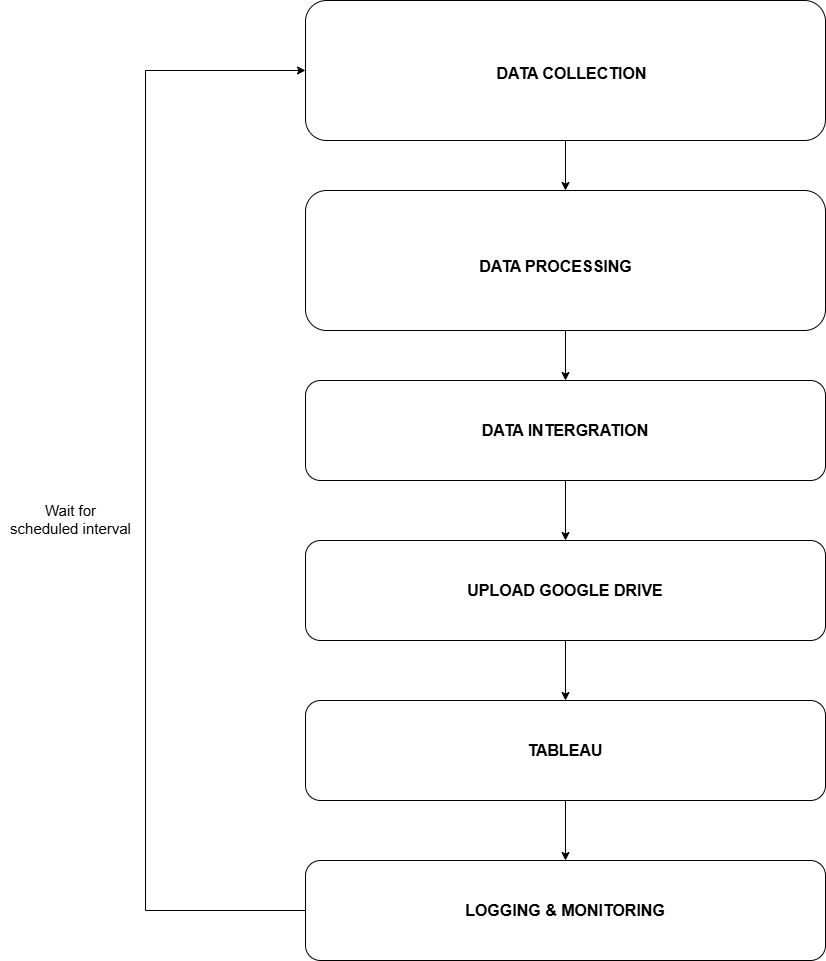
Above: src/assets/images/task-automation.png in minhduoc611/TruongMinhDuoc (draw.io), before the change. Source tidied: cells renumbered, new cells last; positions are measured from the earlier drawing's top-left corner, leaving out a move shared by most shapes. Source of this version:
```xml
<mxGraphModel>
  <root>
    <mxCell id="0" />
    <mxCell id="1" parent="0" />
    <mxCell id="2" style="edgeStyle=orthogonalEdgeStyle;rounded=0;jettySize=auto;html=1;" parent="1" edge="1" source="3" target="15">
      <mxGeometry relative="1" as="geometry" />
    </mxCell>
    <mxCell id="3" style="rounded=1;whiteSpace=wrap;html=1;" parent="1" vertex="1">
      <mxGeometry x="305" width="520" height="140" as="geometry" />
    </mxCell>
    <mxCell id="4" value="&lt;font style=&quot;font-size: 16px;&quot;&gt;&lt;b style=&quot;&quot;&gt;DATA COLLECTION&lt;/b&gt;&lt;/font&gt;" style="text;html=1;align=center;verticalAlign=middle;strokeColor=none;fillColor=none;" parent="1" vertex="1">
      <mxGeometry x="486" y="58" width="170" height="30" as="geometry" />
    </mxCell>
    <mxCell id="5" style="edgeStyle=orthogonalEdgeStyle;rounded=0;jettySize=auto;html=1;entryX=0.5;entryY=0;entryDx=0;entryDy=0;" parent="1" edge="1" source="6" target="9">
      <mxGeometry relative="1" as="geometry" />
    </mxCell>
    <mxCell id="6" value="&lt;b style=&quot;font-size: 16px; text-wrap-mode: nowrap;&quot;&gt;DATA INTERGRATION&lt;/b&gt;" style="rounded=1;whiteSpace=wrap;html=1;" parent="1" vertex="1">
      <mxGeometry x="305" y="380" width="520" height="100" as="geometry" />
    </mxCell>
    <mxCell id="7" style="edgeStyle=orthogonalEdgeStyle;rounded=0;jettySize=auto;html=1;entryX=0.5;entryY=0;entryDx=0;entryDy=0;exitX=0.5;exitY=1;exitDx=0;exitDy=0;" parent="1" edge="1" source="15" target="6">
      <mxGeometry relative="1" as="geometry" />
    </mxCell>
    <mxCell id="8" style="edgeStyle=orthogonalEdgeStyle;rounded=0;jettySize=auto;html=1;" parent="1" edge="1" source="9" target="11">
      <mxGeometry relative="1" as="geometry" />
    </mxCell>
    <mxCell id="9" value="&lt;span style=&quot;font-size: 16px; text-wrap-mode: nowrap;&quot;&gt;&lt;b&gt;UPLOAD GOOGLE DRIVE&lt;/b&gt;&lt;/span&gt;" style="rounded=1;whiteSpace=wrap;html=1;" parent="1" vertex="1">
      <mxGeometry x="305" y="540" width="520" height="100" as="geometry" />
    </mxCell>
    <mxCell id="10" style="edgeStyle=orthogonalEdgeStyle;rounded=0;jettySize=auto;html=1;" parent="1" edge="1" source="11" target="13">
      <mxGeometry relative="1" as="geometry" />
    </mxCell>
    <mxCell id="11" value="&lt;span style=&quot;font-size: 16px; text-wrap-mode: nowrap;&quot;&gt;&lt;b&gt;TABLEAU&lt;/b&gt;&lt;/span&gt;" style="rounded=1;whiteSpace=wrap;html=1;" parent="1" vertex="1">
      <mxGeometry x="305" y="700" width="520" height="100" as="geometry" />
    </mxCell>
    <mxCell id="12" style="edgeStyle=orthogonalEdgeStyle;rounded=0;jettySize=auto;html=1;entryX=0;entryY=0.5;entryDx=0;entryDy=0;" parent="1" edge="1" source="13" target="3">
      <mxGeometry relative="1" as="geometry">
        <Array as="points">
          <mxPoint x="145" y="910" />
          <mxPoint x="145" y="70" />
        </Array>
      </mxGeometry>
    </mxCell>
    <mxCell id="13" value="&lt;span style=&quot;font-size: 16px; text-wrap-mode: nowrap;&quot;&gt;&lt;b&gt;LOGGING &amp;amp; MONITORING&lt;/b&gt;&lt;/span&gt;" style="rounded=1;whiteSpace=wrap;html=1;" parent="1" vertex="1">
      <mxGeometry x="305" y="860" width="520" height="100" as="geometry" />
    </mxCell>
    <mxCell id="14" value="&lt;font style=&quot;font-size: 15px;&quot;&gt;Wait for &lt;br&gt;scheduled interval&lt;/font&gt;" style="text;html=1;align=center;verticalAlign=middle;strokeColor=none;fillColor=none;" parent="1" vertex="1">
      <mxGeometry y="494" width="140" height="50" as="geometry" />
    </mxCell>
    <mxCell id="15" style="rounded=1;whiteSpace=wrap;html=1;" parent="1" vertex="1">
      <mxGeometry x="305" y="190" width="520" height="140" as="geometry" />
    </mxCell>
    <mxCell id="16" value="&lt;font style=&quot;font-size: 16px;&quot;&gt;&lt;b style=&quot;&quot;&gt;DATA PROCESSING&lt;/b&gt;&lt;/font&gt;" style="text;html=1;align=center;verticalAlign=middle;strokeColor=none;fillColor=none;" parent="1" vertex="1">
      <mxGeometry x="465" y="251" width="180" height="30" as="geometry" />
    </mxCell>
  </root>
</mxGraphModel>
```
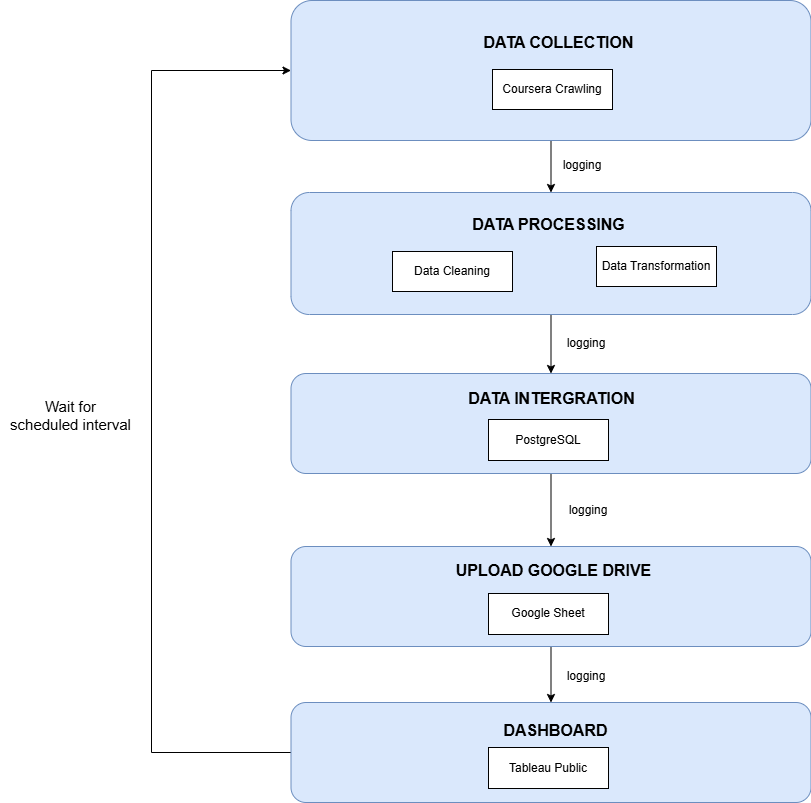
After the commit.

Change to the diagram source:
```diff
@@ -5,17 +5,17 @@
     <mxCell id="2" style="edgeStyle=orthogonalEdgeStyle;rounded=0;jettySize=auto;html=1;" parent="1" edge="1" source="3" target="15">
       <mxGeometry relative="1" as="geometry" />
     </mxCell>
-    <mxCell id="3" style="rounded=1;whiteSpace=wrap;html=1;" parent="1" vertex="1">
-      <mxGeometry x="305" width="520" height="140" as="geometry" />
+    <mxCell id="3" style="rounded=1;whiteSpace=wrap;html=1;fillColor=#dae8fc;strokeColor=#6c8ebf;" parent="1" vertex="1">
+      <mxGeometry x="303.5" y="-4" width="520" height="140" as="geometry" />
     </mxCell>
     <mxCell id="4" value="&lt;font style=&quot;font-size: 16px;&quot;&gt;&lt;b style=&quot;&quot;&gt;DATA COLLECTION&lt;/b&gt;&lt;/font&gt;" style="text;html=1;align=center;verticalAlign=middle;strokeColor=none;fillColor=none;" parent="1" vertex="1">
-      <mxGeometry x="486" y="58" width="170" height="30" as="geometry" />
+      <mxGeometry x="486" y="23" width="170" height="30" as="geometry" />
     </mxCell>
     <mxCell id="5" style="edgeStyle=orthogonalEdgeStyle;rounded=0;jettySize=auto;html=1;entryX=0.5;entryY=0;entryDx=0;entryDy=0;" parent="1" edge="1" source="6" target="9">
       <mxGeometry relative="1" as="geometry" />
     </mxCell>
-    <mxCell id="6" value="&lt;b style=&quot;font-size: 16px; text-wrap-mode: nowrap;&quot;&gt;DATA INTERGRATION&lt;/b&gt;" style="rounded=1;whiteSpace=wrap;html=1;" parent="1" vertex="1">
-      <mxGeometry x="305" y="380" width="520" height="100" as="geometry" />
+    <mxCell id="6" style="rounded=1;whiteSpace=wrap;html=1;fillColor=#dae8fc;strokeColor=#6c8ebf;" parent="1" vertex="1">
+      <mxGeometry x="303.5" y="369" width="520" height="100" as="geometry" />
     </mxCell>
     <mxCell id="7" style="edgeStyle=orthogonalEdgeStyle;rounded=0;jettySize=auto;html=1;entryX=0.5;entryY=0;entryDx=0;entryDy=0;exitX=0.5;exitY=1;exitDx=0;exitDy=0;" parent="1" edge="1" source="15" target="6">
       <mxGeometry relative="1" as="geometry" />
@@ -23,34 +23,67 @@
     <mxCell id="8" style="edgeStyle=orthogonalEdgeStyle;rounded=0;jettySize=auto;html=1;" parent="1" edge="1" source="9" target="11">
       <mxGeometry relative="1" as="geometry" />
     </mxCell>
-    <mxCell id="9" value="&lt;span style=&quot;font-size: 16px; text-wrap-mode: nowrap;&quot;&gt;&lt;b&gt;UPLOAD GOOGLE DRIVE&lt;/b&gt;&lt;/span&gt;" style="rounded=1;whiteSpace=wrap;html=1;" parent="1" vertex="1">
-      <mxGeometry x="305" y="540" width="520" height="100" as="geometry" />
+    <mxCell id="9" style="rounded=1;whiteSpace=wrap;html=1;fillColor=#dae8fc;strokeColor=#6c8ebf;" parent="1" vertex="1">
+      <mxGeometry x="303.5" y="542" width="520" height="100" as="geometry" />
     </mxCell>
-    <mxCell id="10" style="edgeStyle=orthogonalEdgeStyle;rounded=0;jettySize=auto;html=1;" parent="1" edge="1" source="11" target="13">
-      <mxGeometry relative="1" as="geometry" />
-    </mxCell>
+    <mxCell id="17" style="edgeStyle=orthogonalEdgeStyle;rounded=0;jettySize=auto;html=1;entryX=0;entryY=0.5;entryDx=0;entryDy=0;" parent="1" edge="1" source="11" target="3">
+      <mxGeometry relative="1" as="geometry">
+        <Array as="points">
+          <mxPoint x="164" y="748" />
+          <mxPoint x="164" y="66" />
+        </Array>
+      </mxGeometry>
+    </mxCell>
-    <mxCell id="11" value="&lt;span style=&quot;font-size: 16px; text-wrap-mode: nowrap;&quot;&gt;&lt;b&gt;TABLEAU&lt;/b&gt;&lt;/span&gt;" style="rounded=1;whiteSpace=wrap;html=1;" parent="1" vertex="1">
-      <mxGeometry x="305" y="700" width="520" height="100" as="geometry" />
+    <mxCell id="11" style="rounded=1;whiteSpace=wrap;html=1;fillColor=#dae8fc;strokeColor=#6c8ebf;" parent="1" vertex="1">
+      <mxGeometry x="303.5" y="698" width="520" height="100" as="geometry" />
     </mxCell>
-    <mxCell id="12" style="edgeStyle=orthogonalEdgeStyle;rounded=0;jettySize=auto;html=1;entryX=0;entryY=0.5;entryDx=0;entryDy=0;" parent="1" edge="1" source="13" target="3">
-      <mxGeometry relative="1" as="geometry">
-        <Array as="points">
-          <mxPoint x="145" y="910" />
-          <mxPoint x="145" y="70" />
-        </Array>
-      </mxGeometry>
-    </mxCell>
-    <mxCell id="13" value="&lt;span style=&quot;font-size: 16px; text-wrap-mode: nowrap;&quot;&gt;&lt;b&gt;LOGGING &amp;amp; MONITORING&lt;/b&gt;&lt;/span&gt;" style="rounded=1;whiteSpace=wrap;html=1;" parent="1" vertex="1">
-      <mxGeometry x="305" y="860" width="520" height="100" as="geometry" />
-    </mxCell>
     <mxCell id="14" value="&lt;font style=&quot;font-size: 15px;&quot;&gt;Wait for &lt;br&gt;scheduled interval&lt;/font&gt;" style="text;html=1;align=center;verticalAlign=middle;strokeColor=none;fillColor=none;" parent="1" vertex="1">
-      <mxGeometry y="494" width="140" height="50" as="geometry" />
+      <mxGeometry x="13" y="386" width="140" height="50" as="geometry" />
     </mxCell>
-    <mxCell id="15" style="rounded=1;whiteSpace=wrap;html=1;" parent="1" vertex="1">
-      <mxGeometry x="305" y="190" width="520" height="140" as="geometry" />
+    <mxCell id="15" style="rounded=1;whiteSpace=wrap;html=1;fillColor=#dae8fc;strokeColor=#6c8ebf;" parent="1" vertex="1">
+      <mxGeometry x="303.5" y="188" width="520" height="122" as="geometry" />
     </mxCell>
     <mxCell id="16" value="&lt;font style=&quot;font-size: 16px;&quot;&gt;&lt;b style=&quot;&quot;&gt;DATA PROCESSING&lt;/b&gt;&lt;/font&gt;" style="text;html=1;align=center;verticalAlign=middle;strokeColor=none;fillColor=none;" parent="1" vertex="1">
-      <mxGeometry x="465" y="251" width="180" height="30" as="geometry" />
+      <mxGeometry x="471" y="205" width="180" height="30" as="geometry" />
     </mxCell>
+    <mxCell id="18" value="Coursera Crawling" style="rounded=0;whiteSpace=wrap;html=1;" parent="1" vertex="1">
+      <mxGeometry x="505" y="65" width="120" height="40" as="geometry" />
+    </mxCell>
+    <mxCell id="19" value="Data Cleaning" style="rounded=0;whiteSpace=wrap;html=1;" parent="1" vertex="1">
+      <mxGeometry x="405" y="247" width="120" height="40" as="geometry" />
+    </mxCell>
+    <mxCell id="20" value="Data Transformation" style="rounded=0;whiteSpace=wrap;html=1;" parent="1" vertex="1">
+      <mxGeometry x="609" y="242" width="120" height="40" as="geometry" />
+    </mxCell>
+    <mxCell id="21" value="&lt;b style=&quot;font-size: 16px;&quot;&gt;DATA INTERGRATION&lt;/b&gt;" style="text;html=1;align=center;verticalAlign=middle;strokeColor=none;fillColor=none;" parent="1" vertex="1">
+      <mxGeometry x="471" y="378" width="185" height="31" as="geometry" />
+    </mxCell>
+    <mxCell id="22" value="PostgreSQL" style="rounded=0;whiteSpace=wrap;html=1;" parent="1" vertex="1">
+      <mxGeometry x="501" y="415" width="120" height="41" as="geometry" />
+    </mxCell>
+    <mxCell id="23" value="&lt;b style=&quot;font-size: 16px;&quot;&gt;UPLOAD GOOGLE DRIVE&lt;/b&gt;" style="text;html=1;align=center;verticalAlign=middle;strokeColor=none;fillColor=none;" parent="1" vertex="1">
+      <mxGeometry x="458.5" y="550" width="214" height="31" as="geometry" />
+    </mxCell>
+    <mxCell id="24" value="Google Sheet" style="rounded=0;whiteSpace=wrap;html=1;" parent="1" vertex="1">
+      <mxGeometry x="501" y="589" width="120" height="41" as="geometry" />
+    </mxCell>
+    <mxCell id="25" value="&lt;span style=&quot;font-size: 16px;&quot;&gt;&lt;b&gt;DASHBOARD&lt;/b&gt;&lt;/span&gt;" style="text;html=1;align=center;verticalAlign=middle;strokeColor=none;fillColor=none;" parent="1" vertex="1">
+      <mxGeometry x="507" y="710" width="122" height="31" as="geometry" />
+    </mxCell>
+    <mxCell id="26" value="Tableau Public" style="rounded=0;whiteSpace=wrap;html=1;" parent="1" vertex="1">
+      <mxGeometry x="501" y="743" width="120" height="41" as="geometry" />
+    </mxCell>
+    <mxCell id="27" value="logging" style="text;html=1;align=center;verticalAlign=middle;whiteSpace=wrap;rounded=0;" parent="1" vertex="1">
+      <mxGeometry x="565" y="146" width="60" height="30" as="geometry" />
+    </mxCell>
+    <mxCell id="28" value="logging" style="text;html=1;align=center;verticalAlign=middle;whiteSpace=wrap;rounded=0;" parent="1" vertex="1">
+      <mxGeometry x="569" y="324" width="60" height="30" as="geometry" />
+    </mxCell>
+    <mxCell id="29" value="logging" style="text;html=1;align=center;verticalAlign=middle;whiteSpace=wrap;rounded=0;" parent="1" vertex="1">
+      <mxGeometry x="571" y="491" width="60" height="30" as="geometry" />
+    </mxCell>
+    <mxCell id="30" value="logging" style="text;html=1;align=center;verticalAlign=middle;whiteSpace=wrap;rounded=0;" parent="1" vertex="1">
+      <mxGeometry x="569" y="657" width="60" height="30" as="geometry" />
+    </mxCell>
   </root>
 </mxGraphModel>
```
